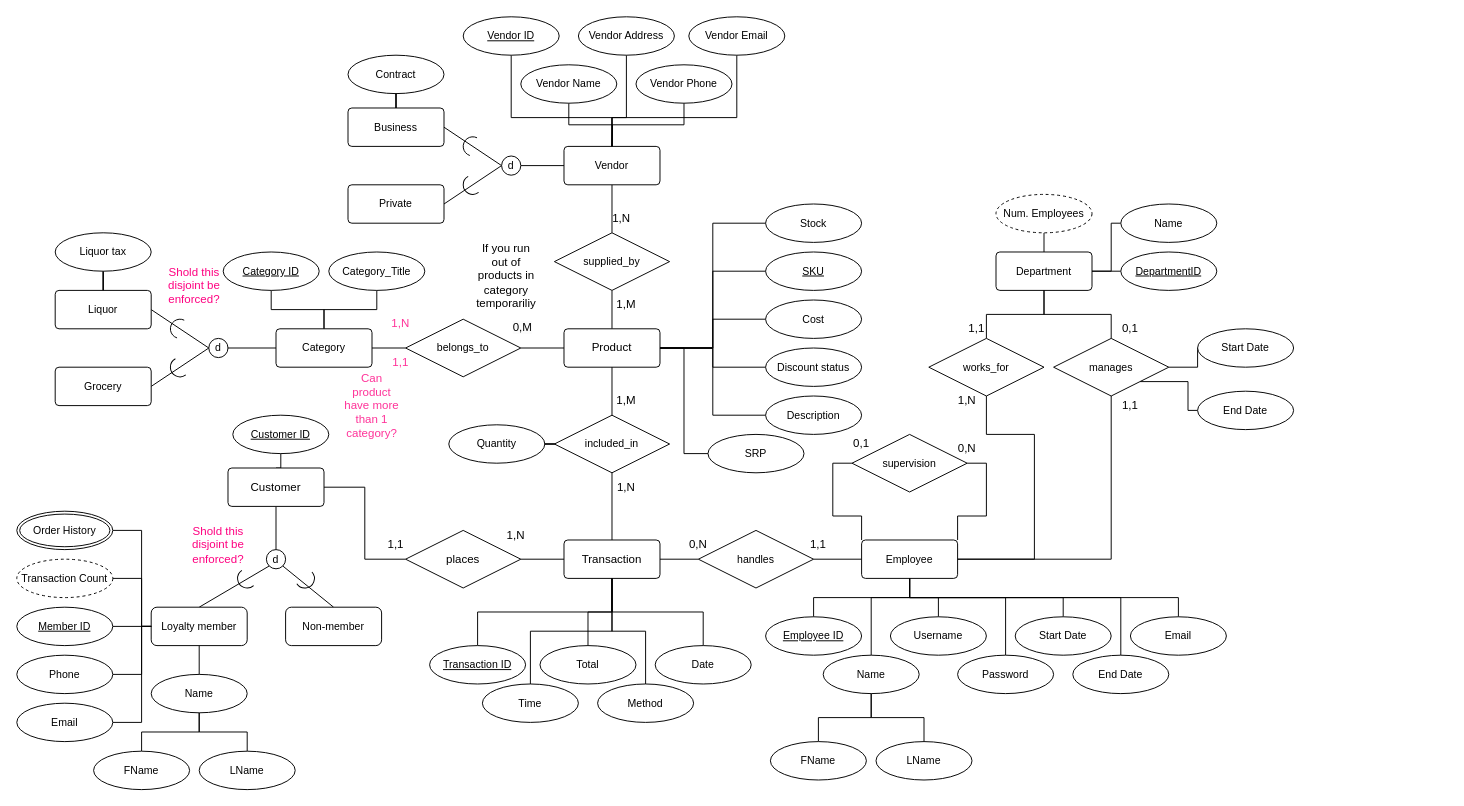
vincentgruse/ScottsBar2 keeps this draw.io diagram as Scotts_Bar_2_ERD.drawio. Above is the earlier version. Source tidied: cells renumbered, new cells numbered last; positions are measured from the earlier drawing's top-left corner, leaving out a move shared by most shapes. Both pictures are drawn from the tidied source at 96%, with x=0, y=0 at pixel (16, 16).
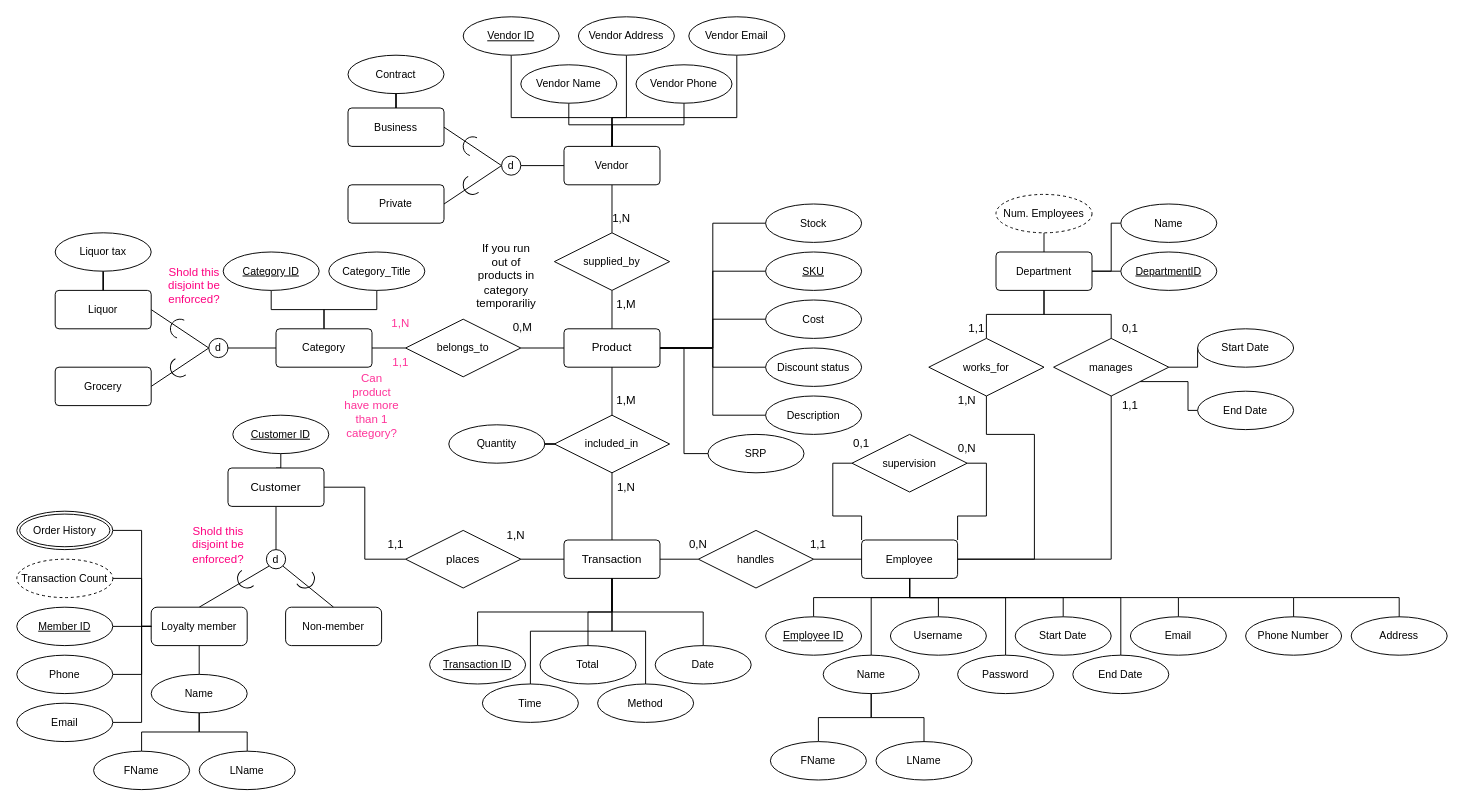
The same diagram, later.

The edit, as a diff of the source:
```diff
@@
+    <mxCell id="166" value="Phone Number" style="ellipse;whiteSpace=wrap;html=1;align=center;fontFamily=Helvetica;fontSize=11;fontColor=default;labelBackgroundColor=default;" parent="1" vertex="1">
+      <mxGeometry x="1280" y="625" width="100" height="40" as="geometry" />
+    </mxCell>
+    <mxCell id="167" value="Address" style="ellipse;whiteSpace=wrap;html=1;align=center;fontFamily=Helvetica;fontSize=11;fontColor=default;labelBackgroundColor=default;" parent="1" vertex="1">
+      <mxGeometry x="1390" y="625" width="100" height="40" as="geometry" />
+    </mxCell>
+    <mxCell id="168" style="endArrow=none;html=1;rounded=0;entryX=0.5;entryY=0;entryDx=0;entryDy=0;" parent="1" edge="1" target="166">
+      <mxGeometry relative="1" as="geometry">
+        <mxPoint x="1330" y="605" as="sourcePoint" />
+      </mxGeometry>
+    </mxCell>
+    <mxCell id="169" style="endArrow=none;html=1;rounded=0;" parent="1" edge="1">
+      <mxGeometry relative="1" as="geometry">
+        <mxPoint x="1210" y="605" as="sourcePoint" />
+        <mxPoint x="1330" y="605" as="targetPoint" />
+      </mxGeometry>
+    </mxCell>
+    <mxCell id="170" style="endArrow=none;html=1;rounded=0;entryX=0.5;entryY=0;entryDx=0;entryDy=0;" parent="1" edge="1" target="167">
+      <mxGeometry relative="1" as="geometry">
+        <mxPoint x="1330" y="605" as="sourcePoint" />
+        <Array as="points">
+          <mxPoint x="1440" y="605" />
+        </Array>
+      </mxGeometry>
+    </mxCell>
```
